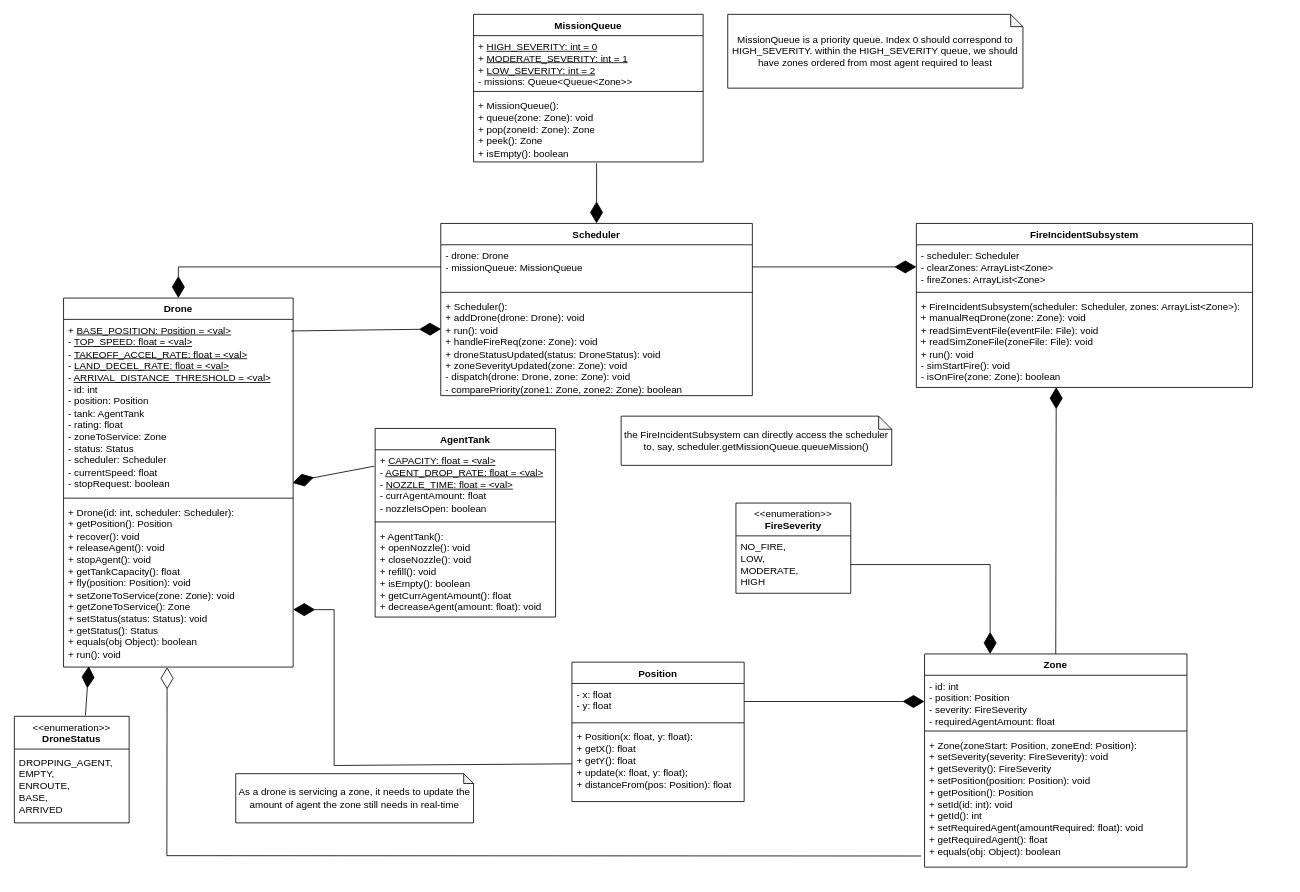
hubertdang/fire-drone-swarm keeps this draw.io diagram as docs/fire_drone_swarm_class.drawio. Above is the earlier version. Source tidied: cells renumbered, new cells numbered last; positions are measured from the earlier drawing's top-left corner, leaving out a move shared by most shapes. Both pictures are drawn from the tidied source at 82%, with x=0, y=0 at pixel (14, 14).
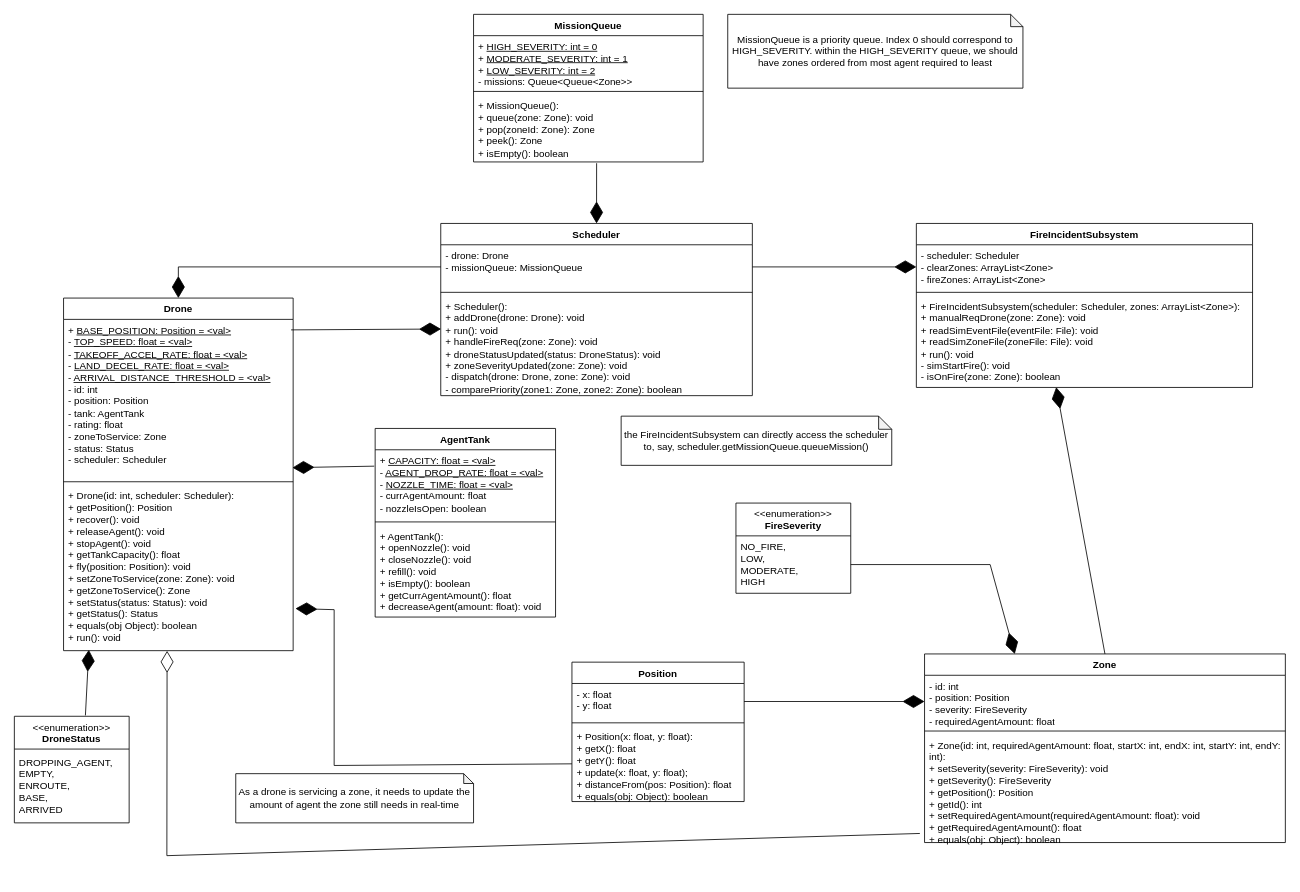
The same diagram, later.

Commit message (it also covers changes not shown here):
reformat Drone.java and fix conflicts of uml files

Unchanged cells that the change refers to:
```xml
<mxCell id="14" value="Position" style="swimlane;fontStyle=1;align=center;verticalAlign=top;horizontal=1;startSize=26;whiteSpace=wrap;html=1;" parent="1" vertex="1">
  <mxGeometry x="680" y="790" width="210" height="170" as="geometry" />
</mxCell>
<mxCell id="19" value="&lt;div&gt;+ &lt;u&gt;CAPACITY&lt;span style=&quot;color: light-dark(rgb(0, 0, 0), rgb(255, 255, 255)); background-color: transparent;&quot;&gt;: float&lt;/span&gt;&lt;span style=&quot;color: light-dark(rgb(0, 0, 0), rgb(255, 255, 255)); background-color: transparent;&quot;&gt;&amp;nbsp;= &amp;lt;val&amp;gt;&lt;/span&gt;&lt;/u&gt;&lt;br&gt;&lt;/div&gt;- &lt;u&gt;AGENT_DROP_RATE:&lt;span style=&quot;color: light-dark(rgb(0, 0, 0), rgb(255, 255, 255)); background-color: transparent;&quot;&gt;&amp;nbsp;float&lt;/span&gt;&lt;span style=&quot;color: light-dark(rgb(0, 0, 0), rgb(255, 255, 255)); background-color: transparent;&quot;&gt;&amp;nbsp;= &amp;lt;val&amp;gt;&lt;/span&gt;&lt;/u&gt;&lt;div&gt;-&amp;nbsp;&lt;u&gt;NOZZLE_TIME&lt;/u&gt;&lt;u style=&quot;color: light-dark(rgb(0, 0, 0), rgb(255, 255, 255)); background-color: transparent;&quot;&gt;: float&lt;/u&gt;&lt;u style=&quot;color: light-dark(rgb(0, 0, 0), rgb(255, 255, 255)); background-color: transparent;&quot;&gt;&amp;nbsp;= &amp;lt;val&amp;gt;&lt;/u&gt;&lt;u style=&quot;color: light-dark(rgb(0, 0, 0), rgb(255, 255, 255)); background-color: transparent;&quot;&gt;&lt;br&gt;&lt;/u&gt;&lt;/div&gt;&lt;div&gt;- currAgentAmount: float&lt;/div&gt;&lt;div&gt;- nozzleIsOpen: boolean&lt;/div&gt;" style="text;strokeColor=none;fillColor=none;align=left;verticalAlign=top;spacingLeft=4;spacingRight=4;overflow=hidden;points=[[0,0.5],[1,0.5]];portConstraint=eastwest;whiteSpace=wrap;html=1;" parent="18" vertex="1">
  <mxGeometry y="26" width="220" height="84" as="geometry" />
</mxCell>
```

The edit, as a diff of the source:
```diff
@@
     <mxCell id="10" value="Drone" style="swimlane;fontStyle=1;align=center;verticalAlign=top;horizontal=1;startSize=26;whiteSpace=wrap;html=1;" parent="1" vertex="1">
-      <mxGeometry x="60" y="346" width="280" height="450" as="geometry" />
+      <mxGeometry x="60" y="346" width="280" height="430" as="geometry" />
     </mxCell>
-    <mxCell id="11" value="&lt;div&gt;+ &lt;u&gt;BASE_POSITION: Position = &amp;lt;val&amp;gt;&lt;/u&gt;&lt;/div&gt;- &lt;u&gt;TOP_SPEED: float = &amp;lt;val&amp;gt;&lt;/u&gt;&lt;div&gt;- &lt;u&gt;TAKEOFF_ACCEL_RATE&lt;/u&gt;&lt;u style=&quot;background-color: transparent; color: light-dark(rgb(0, 0, 0), rgb(255, 255, 255));&quot;&gt;: float&lt;/u&gt;&lt;u style=&quot;background-color: transparent; color: light-dark(rgb(0, 0, 0), rgb(255, 255, 255));&quot;&gt;&amp;nbsp;= &amp;lt;val&amp;gt;&lt;/u&gt;&lt;/div&gt;&lt;div&gt;- &lt;u&gt;LAND_DECEL_RATE&lt;/u&gt;&lt;u style=&quot;background-color: transparent; color: light-dark(rgb(0, 0, 0), rgb(255, 255, 255));&quot;&gt;: float&lt;/u&gt;&lt;u style=&quot;background-color: transparent; color: light-dark(rgb(0, 0, 0), rgb(255, 255, 255));&quot;&gt;&amp;nbsp;= &amp;lt;val&amp;gt;&lt;/u&gt;&lt;/div&gt;&lt;div&gt;- &lt;u&gt;ARRIVAL_DISTANCE_THRESHOLD = &amp;lt;val&amp;gt;&lt;/u&gt;&lt;/div&gt;&lt;div&gt;- id: int&lt;/div&gt;&lt;div&gt;- position: Position&lt;/div&gt;&lt;div&gt;- tank: AgentTank&lt;/div&gt;&lt;div&gt;&lt;span style=&quot;background-color: transparent; color: light-dark(rgb(0, 0, 0), rgb(255, 255, 255));&quot;&gt;- rating: float&lt;/span&gt;&lt;/div&gt;&lt;div&gt;&lt;span style=&quot;background-color: transparent; color: light-dark(rgb(0, 0, 0), rgb(255, 255, 255));&quot;&gt;- zoneToService: Zone&lt;/span&gt;&lt;/div&gt;&lt;div&gt;&lt;span style=&quot;background-color: transparent; color: light-dark(rgb(0, 0, 0), rgb(255, 255, 255));&quot;&gt;- status: Status&lt;/span&gt;&lt;/div&gt;&lt;div&gt;- scheduler: Scheduler&lt;/div&gt;&lt;div&gt;- currentSpeed: float&lt;/div&gt;&lt;div&gt;- stopRequest: boolean&lt;/div&gt;" style="text;strokeColor=none;fillColor=none;align=left;verticalAlign=top;spacingLeft=4;spacingRight=4;overflow=hidden;points=[[0,0.5],[1,0.5]];portConstraint=eastwest;whiteSpace=wrap;html=1;" parent="10" vertex="1">
-      <mxGeometry y="26" width="280" height="214" as="geometry" />
+    <mxCell id="11" value="&lt;div&gt;+ &lt;u&gt;BASE_POSITION: Position = &amp;lt;val&amp;gt;&lt;/u&gt;&lt;/div&gt;- &lt;u&gt;TOP_SPEED: float = &amp;lt;val&amp;gt;&lt;/u&gt;&lt;div&gt;- &lt;u&gt;TAKEOFF_ACCEL_RATE&lt;/u&gt;&lt;u style=&quot;background-color: transparent; color: light-dark(rgb(0, 0, 0), rgb(255, 255, 255));&quot;&gt;: float&lt;/u&gt;&lt;u style=&quot;background-color: transparent; color: light-dark(rgb(0, 0, 0), rgb(255, 255, 255));&quot;&gt;&amp;nbsp;= &amp;lt;val&amp;gt;&lt;/u&gt;&lt;/div&gt;&lt;div&gt;- &lt;u&gt;LAND_DECEL_RATE&lt;/u&gt;&lt;u style=&quot;background-color: transparent; color: light-dark(rgb(0, 0, 0), rgb(255, 255, 255));&quot;&gt;: float&lt;/u&gt;&lt;u style=&quot;background-color: transparent; color: light-dark(rgb(0, 0, 0), rgb(255, 255, 255));&quot;&gt;&amp;nbsp;= &amp;lt;val&amp;gt;&lt;/u&gt;&lt;/div&gt;&lt;div&gt;- &lt;u&gt;ARRIVAL_DISTANCE_THRESHOLD = &amp;lt;val&amp;gt;&lt;/u&gt;&lt;/div&gt;&lt;div&gt;- id: int&lt;/div&gt;&lt;div&gt;- position: Position&lt;/div&gt;&lt;div&gt;- tank: AgentTank&lt;/div&gt;&lt;div&gt;&lt;span style=&quot;background-color: transparent; color: light-dark(rgb(0, 0, 0), rgb(255, 255, 255));&quot;&gt;- rating: float&lt;/span&gt;&lt;/div&gt;&lt;div&gt;&lt;span style=&quot;background-color: transparent; color: light-dark(rgb(0, 0, 0), rgb(255, 255, 255));&quot;&gt;- zoneToService: Zone&lt;/span&gt;&lt;/div&gt;&lt;div&gt;&lt;span style=&quot;background-color: transparent; color: light-dark(rgb(0, 0, 0), rgb(255, 255, 255));&quot;&gt;- status: Status&lt;/span&gt;&lt;/div&gt;&lt;div&gt;- scheduler: Scheduler&lt;/div&gt;" style="text;strokeColor=none;fillColor=none;align=left;verticalAlign=top;spacingLeft=4;spacingRight=4;overflow=hidden;points=[[0,0.5],[1,0.5]];portConstraint=eastwest;whiteSpace=wrap;html=1;" parent="10" vertex="1">
+      <mxGeometry y="26" width="280" height="194" as="geometry" />
     </mxCell>
     <mxCell id="12" style="line;strokeWidth=1;fillColor=none;align=left;verticalAlign=middle;spacingTop=-1;spacingLeft=3;spacingRight=3;labelPosition=right;strokeColor=inherit;" parent="10" vertex="1">
-      <mxGeometry y="240" width="280" height="8" as="geometry" />
+      <mxGeometry y="220" width="280" height="8" as="geometry" />
     </mxCell>
     <mxCell id="13" value="+ Drone(id: int, scheduler: Scheduler):&lt;div&gt;+ getPosition(): Position&lt;/div&gt;&lt;div&gt;+ recover(): void&lt;/div&gt;&lt;div&gt;+ releaseAgent(): void&lt;/div&gt;&lt;div&gt;+ stopAgent(): void&lt;/div&gt;&lt;div&gt;+ getTankCapacity(): float&lt;/div&gt;&lt;div&gt;+ fly(position: Position): void&lt;/div&gt;&lt;div&gt;+ setZoneToService(zone: Zone): void&lt;/div&gt;&lt;div&gt;+ getZoneToService(): Zone&lt;/div&gt;&lt;div&gt;+ setStatus(status: Status): void&lt;/div&gt;&lt;div&gt;+ getStatus(): Status&lt;/div&gt;&lt;div&gt;+ equals(obj Object): boolean&lt;/div&gt;&lt;div&gt;+ run(): void&lt;/div&gt;" style="text;strokeColor=none;fillColor=none;align=left;verticalAlign=top;spacingLeft=4;spacingRight=4;overflow=hidden;points=[[0,0.5],[1,0.5]];portConstraint=eastwest;whiteSpace=wrap;html=1;" parent="10" vertex="1">
-      <mxGeometry y="248" width="280" height="202" as="geometry" />
+      <mxGeometry y="228" width="280" height="202" as="geometry" />
     </mxCell>
@@
-    <mxCell id="17" value="+ Position(x: float, y: float):&lt;div&gt;+ getX(): float&lt;/div&gt;&lt;div&gt;+ getY(): float&lt;/div&gt;&lt;div&gt;+ update(x: float, y: float);&lt;/div&gt;&lt;div&gt;+ distanceFrom(pos: Position): float&lt;/div&gt;" style="text;strokeColor=none;fillColor=none;align=left;verticalAlign=top;spacingLeft=4;spacingRight=4;overflow=hidden;points=[[0,0.5],[1,0.5]];portConstraint=eastwest;whiteSpace=wrap;html=1;" parent="14" vertex="1">
+    <mxCell id="17" value="+ Position(x: float, y: float):&lt;div&gt;+ getX(): float&lt;/div&gt;&lt;div&gt;+ getY(): float&lt;/div&gt;&lt;div&gt;+ update(x: float, y: float);&lt;/div&gt;&lt;div&gt;+ distanceFrom(pos: Position): float&lt;/div&gt;&lt;div&gt;+ equals(obj: Object): boolean&lt;/div&gt;" style="text;strokeColor=none;fillColor=none;align=left;verticalAlign=top;spacingLeft=4;spacingRight=4;overflow=hidden;points=[[0,0.5],[1,0.5]];portConstraint=eastwest;whiteSpace=wrap;html=1;" parent="14" vertex="1">
       <mxGeometry y="78" width="210" height="92" as="geometry" />
     </mxCell>
@@
     <mxCell id="22" value="Zone" style="swimlane;fontStyle=1;align=center;verticalAlign=top;horizontal=1;startSize=26;whiteSpace=wrap;html=1;" parent="1" vertex="1">
-      <mxGeometry x="1110" y="780" width="320" height="260" as="geometry" />
+      <mxGeometry x="1110" y="780" width="440" height="230" as="geometry" />
     </mxCell>
     <mxCell id="23" value="&lt;div&gt;- id: int&lt;/div&gt;- position: Position&lt;div&gt;- severity: FireSeverity&amp;nbsp;&lt;/div&gt;&lt;div&gt;- requiredAgentAmount: float&lt;/div&gt;&lt;div&gt;&lt;br&gt;&lt;/div&gt;" style="text;strokeColor=none;fillColor=none;align=left;verticalAlign=top;spacingLeft=4;spacingRight=4;overflow=hidden;points=[[0,0.5],[1,0.5]];portConstraint=eastwest;whiteSpace=wrap;html=1;" parent="22" vertex="1">
-      <mxGeometry y="26" width="320" height="64" as="geometry" />
+      <mxGeometry y="26" width="440" height="64" as="geometry" />
     </mxCell>
     <mxCell id="24" style="line;strokeWidth=1;fillColor=none;align=left;verticalAlign=middle;spacingTop=-1;spacingLeft=3;spacingRight=3;labelPosition=right;strokeColor=inherit;" parent="22" vertex="1">
-      <mxGeometry y="90" width="320" height="8" as="geometry" />
+      <mxGeometry y="90" width="440" height="8" as="geometry" />
     </mxCell>
-    <mxCell id="25" value="+ Zone(zoneStart: Position, zoneEnd: Position):&lt;div&gt;&lt;div&gt;+ setSeverity(severity: FireSeverity): void&lt;/div&gt;&lt;div&gt;+ getSeverity(): FireSeverity&lt;/div&gt;&lt;div&gt;+ setPosition(position: Position): void&lt;/div&gt;&lt;div&gt;+ getPosition(): Position&lt;/div&gt;&lt;div&gt;+ setId(id: int): void&lt;/div&gt;&lt;div&gt;+ getId(): int&lt;/div&gt;&lt;div&gt;+ setRequiredAgent(amountRequired: float): void&lt;/div&gt;&lt;div&gt;+ getRequiredAgent(): float&lt;/div&gt;&lt;div&gt;+ equals(obj: Object): boolean&lt;/div&gt;&lt;div&gt;&lt;br&gt;&lt;/div&gt;&lt;div&gt;&lt;div&gt;&lt;br&gt;&lt;/div&gt;&lt;/div&gt;&lt;/div&gt;" style="text;strokeColor=none;fillColor=none;align=left;verticalAlign=top;spacingLeft=4;spacingRight=4;overflow=hidden;points=[[0,0.5],[1,0.5]];portConstraint=eastwest;whiteSpace=wrap;html=1;" parent="22" vertex="1">
-      <mxGeometry y="98" width="320" height="162" as="geometry" />
+    <mxCell id="25" value="+ Zone(id: int, requiredAgentAmount: float, startX: int, endX: int, startY: int, endY: int):&lt;div&gt;&lt;div&gt;+ setSeverity(severity: FireSeverity): void&lt;/div&gt;&lt;div&gt;+ getSeverity(): FireSeverity&lt;/div&gt;&lt;div&gt;+ getPosition(): Position&lt;/div&gt;&lt;div&gt;+ getId(): int&lt;/div&gt;&lt;div&gt;+ setRequiredAgentAmount(requiredAgentAmount: float): void&lt;/div&gt;&lt;div&gt;+ getRequiredAgentAmount(): float&lt;/div&gt;&lt;div&gt;+ equals(obj: Object): boolean&lt;/div&gt;&lt;div&gt;&lt;br&gt;&lt;/div&gt;&lt;div&gt;&lt;div&gt;&lt;br&gt;&lt;/div&gt;&lt;/div&gt;&lt;/div&gt;" style="text;strokeColor=none;fillColor=none;align=left;verticalAlign=top;spacingLeft=4;spacingRight=4;overflow=hidden;points=[[0,0.5],[1,0.5]];portConstraint=eastwest;whiteSpace=wrap;html=1;" parent="22" vertex="1">
+      <mxGeometry y="98" width="440" height="132" as="geometry" />
     </mxCell>
@@
     <mxCell id="36" style="endArrow=diamondThin;endFill=1;endSize=24;html=1;rounded=0;exitX=-0.005;exitY=0.238;exitDx=0;exitDy=0;exitPerimeter=0;entryX=0.997;entryY=0.932;entryDx=0;entryDy=0;entryPerimeter=0;" parent="1" edge="1" source="19" target="11">
-      <mxGeometry relative="1" as="geometry">
-        <Array as="points">
-          <mxPoint x="360" y="566" />
-        </Array>
-      </mxGeometry>
+      <mxGeometry relative="1" as="geometry" />
     </mxCell>
@@
-    <mxCell id="45" style="endArrow=diamondThin;endFill=1;endSize=24;html=1;rounded=0;entryX=1;entryY=0.653;entryDx=0;entryDy=0;entryPerimeter=0;exitX=0;exitY=0.5;exitDx=0;exitDy=0;" parent="1" edge="1" source="17" target="13">
+    <mxCell id="45" style="endArrow=diamondThin;endFill=1;endSize=24;html=1;rounded=0;entryX=1.01;entryY=0.746;entryDx=0;entryDy=0;entryPerimeter=0;exitX=0;exitY=0.5;exitDx=0;exitDy=0;" parent="1" edge="1" source="17" target="13">
       <mxGeometry relative="1" as="geometry">
         <Array as="points">
           <mxPoint x="390" y="916" />
           <mxPoint x="390" y="726" />
         </Array>
       </mxGeometry>
     </mxCell>
```
